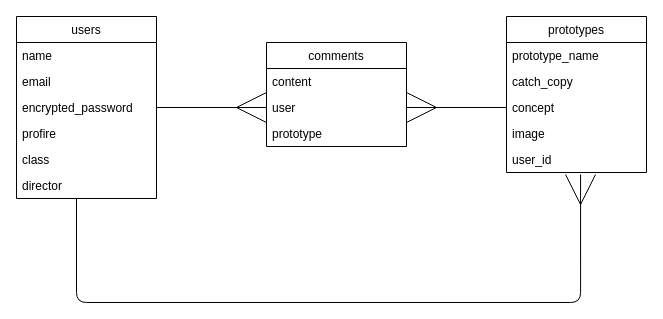
Before: protospace.dio in taiyakio/protospace-fukui2021-amachan, a draw.io diagram. Source tidied: cells renumbered, new cells numbered last; positions are measured from the earlier drawing's top-left corner, leaving out a move shared by most shapes. Both pictures are drawn from the tidied source at 100%, with x=0, y=0 at pixel (16, 16).
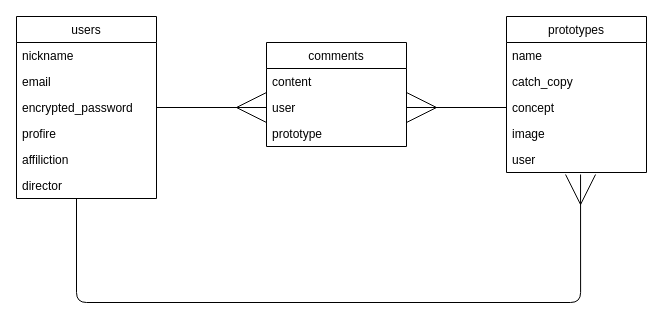
The same page after the edit.

Commit message:
カラム名の修正

The change refers to these unchanged cells:
```xml
<mxCell id="4" value="users" style="swimlane;fontStyle=0;horizontal=1;startSize=26;" parent="1" vertex="1">
  <mxGeometry width="140" height="182" as="geometry" />
</mxCell>
<mxCell id="11" value="prototypes" style="swimlane;fontStyle=0;horizontal=1;startSize=26;" parent="1" vertex="1">
  <mxGeometry x="490" width="140" height="156" as="geometry" />
</mxCell>
```

The edit, as a diff of the source:
```diff
@@
-    <mxCell id="5" value="name" style="text;strokeColor=none;fillColor=none;align=left;verticalAlign=top;spacingLeft=4;spacingRight=4;overflow=hidden;" parent="4" vertex="1">
+    <mxCell id="5" value="nickname" style="text;strokeColor=none;fillColor=none;align=left;verticalAlign=top;spacingLeft=4;spacingRight=4;overflow=hidden;" parent="4" vertex="1">
       <mxGeometry y="26" width="140" height="26" as="geometry" />
     </mxCell>
@@
-    <mxCell id="9" value="class" style="text;strokeColor=none;fillColor=none;align=left;verticalAlign=top;spacingLeft=4;spacingRight=4;overflow=hidden;" parent="4" vertex="1">
+    <mxCell id="9" value="affiliction" style="text;strokeColor=none;fillColor=none;align=left;verticalAlign=top;spacingLeft=4;spacingRight=4;overflow=hidden;" parent="4" vertex="1">
       <mxGeometry y="130" width="140" height="26" as="geometry" />
     </mxCell>
@@
-    <mxCell id="12" value="prototype_name" style="text;strokeColor=none;fillColor=none;align=left;verticalAlign=top;spacingLeft=4;spacingRight=4;overflow=hidden;" parent="11" vertex="1">
+    <mxCell id="12" value="name" style="text;strokeColor=none;fillColor=none;align=left;verticalAlign=top;spacingLeft=4;spacingRight=4;overflow=hidden;" parent="11" vertex="1">
       <mxGeometry y="26" width="140" height="26" as="geometry" />
     </mxCell>
@@
-    <mxCell id="16" value="user_id" style="text;strokeColor=none;fillColor=none;align=left;verticalAlign=top;spacingLeft=4;spacingRight=4;overflow=hidden;points=[[0,0.5],[1,0.5]];portConstraint=eastwest;" parent="11" vertex="1">
+    <mxCell id="16" value="user" style="text;strokeColor=none;fillColor=none;align=left;verticalAlign=top;spacingLeft=4;spacingRight=4;overflow=hidden;points=[[0,0.5],[1,0.5]];portConstraint=eastwest;" parent="11" vertex="1">
       <mxGeometry y="130" width="140" height="26" as="geometry" />
     </mxCell>
```
